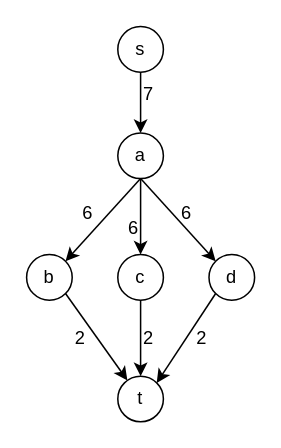
Earlier version of the draw.io diagram hw4_5.drawio (Eren-Jeager123/Algorithm). Source tidied: cells renumbered, new cells numbered last; positions are measured from the earlier drawing's top-left corner, leaving out a move shared by most shapes. Both pictures are drawn from the tidied source at 152%, with x=0, y=0 at pixel (26, 26).
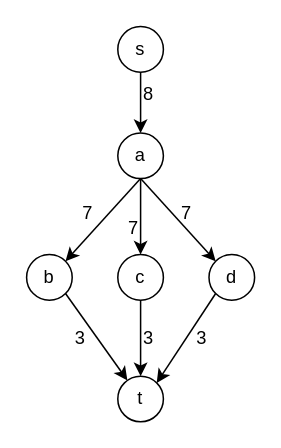
The same diagram, later.

The edit, as a diff of the source:
```diff
@@
-    <mxCell id="11" value="2" style="text;html=1;align=center;verticalAlign=middle;strokeColor=none;fillColor=none;" parent="1" vertex="1">
+    <mxCell id="11" value="3" style="text;html=1;align=center;verticalAlign=middle;strokeColor=none;fillColor=none;" parent="1" vertex="1">
       <mxGeometry x="100" y="190" width="30" height="30" as="geometry" />
     </mxCell>
-    <mxCell id="12" value="2" style="text;html=1;align=center;verticalAlign=middle;strokeColor=none;fillColor=none;" parent="1" vertex="1">
+    <mxCell id="12" value="3" style="text;html=1;align=center;verticalAlign=middle;strokeColor=none;fillColor=none;" parent="1" vertex="1">
       <mxGeometry x="65" y="190" width="30" height="30" as="geometry" />
     </mxCell>
-    <mxCell id="13" value="2" style="text;html=1;align=center;verticalAlign=middle;strokeColor=none;fillColor=none;" parent="1" vertex="1">
+    <mxCell id="13" value="3" style="text;html=1;align=center;verticalAlign=middle;strokeColor=none;fillColor=none;" parent="1" vertex="1">
       <mxGeometry x="20" y="190" width="30" height="30" as="geometry" />
     </mxCell>
@@
-    <mxCell id="18" value="7" style="text;html=1;align=center;verticalAlign=middle;strokeColor=none;fillColor=none;" parent="1" vertex="1">
+    <mxCell id="18" value="8" style="text;html=1;align=center;verticalAlign=middle;strokeColor=none;fillColor=none;" parent="1" vertex="1">
       <mxGeometry x="65" y="30" width="30" height="30" as="geometry" />
     </mxCell>
-    <mxCell id="19" value="6" style="text;html=1;align=center;verticalAlign=middle;strokeColor=none;fillColor=none;" parent="1" vertex="1">
+    <mxCell id="19" value="7" style="text;html=1;align=center;verticalAlign=middle;strokeColor=none;fillColor=none;" parent="1" vertex="1">
       <mxGeometry x="25" y="108" width="30" height="30" as="geometry" />
     </mxCell>
-    <mxCell id="20" value="6" style="text;html=1;align=center;verticalAlign=middle;strokeColor=none;fillColor=none;" parent="1" vertex="1">
+    <mxCell id="20" value="7" style="text;html=1;align=center;verticalAlign=middle;strokeColor=none;fillColor=none;" parent="1" vertex="1">
       <mxGeometry x="55" y="118" width="30" height="30" as="geometry" />
     </mxCell>
-    <mxCell id="21" value="6" style="text;html=1;align=center;verticalAlign=middle;strokeColor=none;fillColor=none;" parent="1" vertex="1">
+    <mxCell id="21" value="7" style="text;html=1;align=center;verticalAlign=middle;strokeColor=none;fillColor=none;" parent="1" vertex="1">
       <mxGeometry x="90" y="108" width="30" height="30" as="geometry" />
     </mxCell>
```
